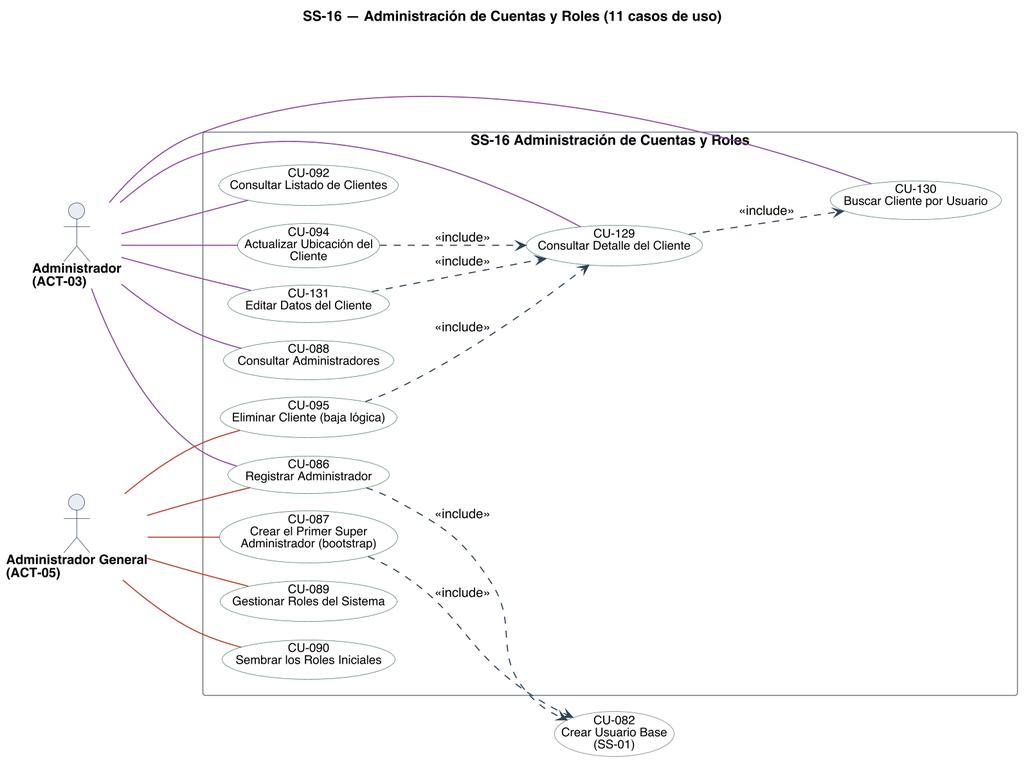
Nahuelito-Dev/splg-docs keeps this PlantUML diagram as diagramas/uml/CU_SS-16_Administracion-De-Cuentas-Y-Roles.png. Above is the earlier version.
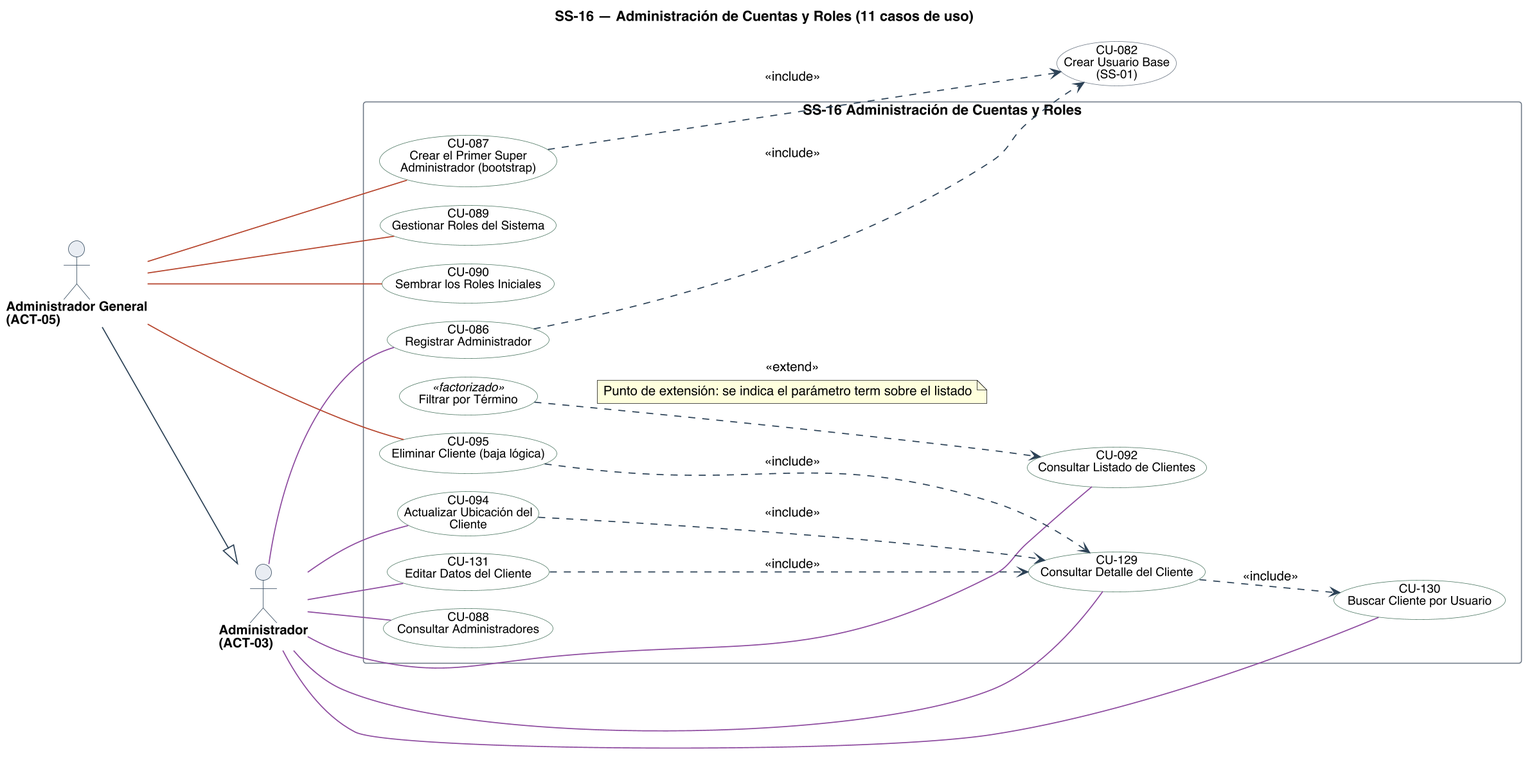
Later version of the same file.

The edit, as a diff of the source:
```diff
@@ -28,8 +28,8 @@
 skinparam nodesep 18
 skinparam ranksep 70
 skinparam usecase {
-  BorderColor<<pendiente>> #9C4436
-  BackgroundColor<<pendiente>> #F6E4E1
+  BorderColor<<planificado>> #9C4436
+  BackgroundColor<<planificado>> #F6E4E1
   BorderColor<<factorizado>> #6B7683
   BackgroundColor<<factorizado>> #F2F4F6
 }
@@ -49,6 +49,7 @@
   usecase "CU-129\nConsultar Detalle del Cliente" as U129 #back:FFFFFF;line:4B7560
   usecase "CU-130\nBuscar Cliente por Usuario" as U130 #back:FFFFFF;line:4B7560
   usecase "CU-131\nEditar Datos del Cliente" as U131 #back:FFFFFF;line:4B7560
+  usecase "Filtrar por Término" as F_TERM <<factorizado>> #back:FFFFFF;line:4B7560
 }
 
 usecase "CU-082\nCrear Usuario Base\n(SS-01)" as U082 #back:FFFFFF;line:6B7683
@@ -60,11 +61,11 @@
 A03 -[#8C4A9E]- U129
 A03 -[#8C4A9E]- U130
 A03 -[#8C4A9E]- U131
-A05 -[#B4432B]- U086
 A05 -[#B4432B]- U087
 A05 -[#B4432B]- U089
 A05 -[#B4432B]- U090
 A05 -[#B4432B]- U095
+A05 --|> A03
 
 U094 ..> U129 : <<include>>
 U095 ..> U129 : <<include>>
@@ -73,4 +74,9 @@
 U086 ..> U082 : <<include>>
 U087 ..> U082 : <<include>>
 
+F_TERM ..> U092 : <<extend>>
+note on link
+  Punto de extensión: se indica el parámetro term sobre el listado
+end note
+
 @enduml
```
